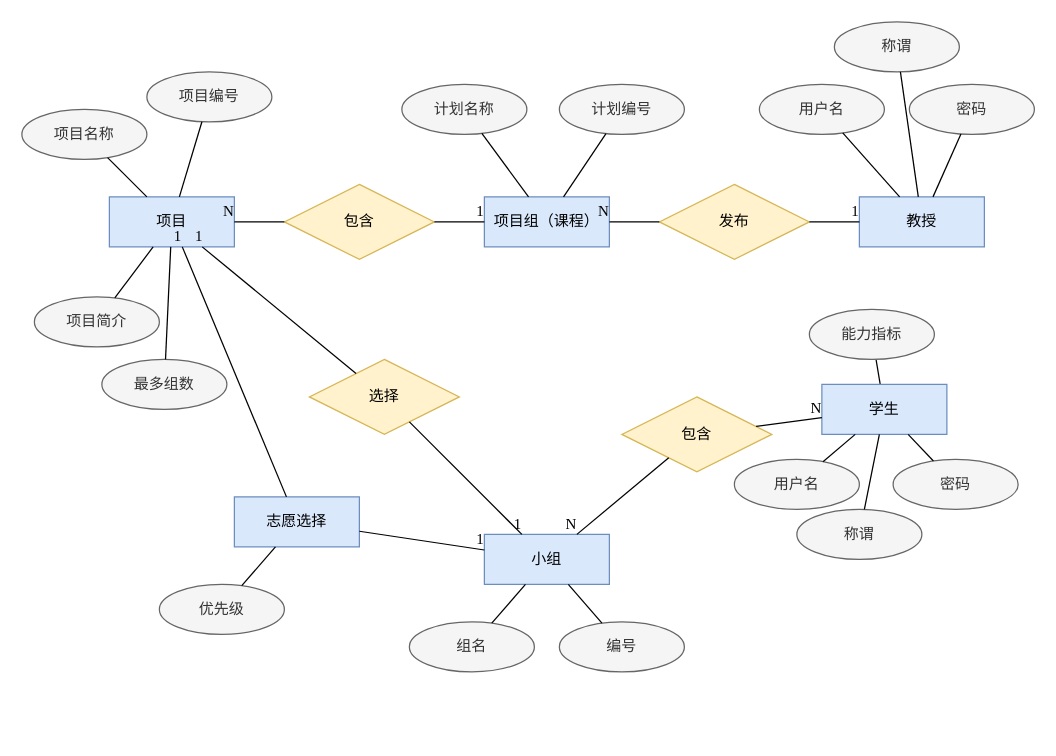
Above: doc/assets/ER-diagram.drawio in Distributed-System-Course/Piggy-ProjG (draw.io), before the change. Source tidied: cells renumbered, new cells numbered last; positions are measured from the earlier drawing's top-left corner, leaving out a move shared by most shapes. Both pictures are drawn from the tidied source at 125%, with x=0, y=0 at pixel (21, 21).
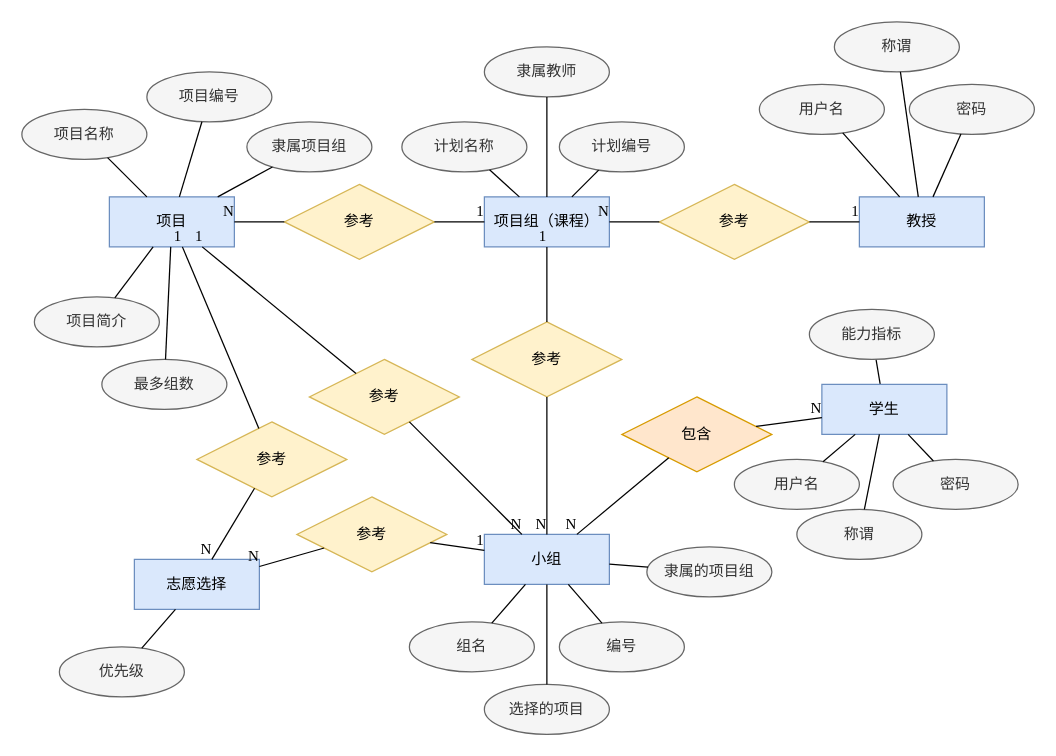
After the change.

Unchanged cells that the change refers to:
```xml
<mxCell id="2" value="项目" style="whiteSpace=wrap;html=1;align=center;fontFamily=&quot;Times New Roman&quot;, SimSun, sans-serif;fillColor=#dae8fc;strokeColor=#6c8ebf;" parent="1" vertex="1">
  <mxGeometry x="70" y="140" width="100" height="40" as="geometry" />
</mxCell>
<mxCell id="3" value="项目组（课程）" style="whiteSpace=wrap;html=1;align=center;fontFamily=&quot;Times New Roman&quot;, SimSun, sans-serif;fillColor=#dae8fc;strokeColor=#6c8ebf;" parent="1" vertex="1">
  <mxGeometry x="370" y="140" width="100" height="40" as="geometry" />
</mxCell>
<mxCell id="34" value="小组" style="whiteSpace=wrap;html=1;align=center;fontFamily=&quot;Times New Roman&quot;, SimSun, sans-serif;fillColor=#dae8fc;strokeColor=#6c8ebf;" parent="1" vertex="1">
  <mxGeometry x="370" y="410" width="100" height="40" as="geometry" />
</mxCell>
```

Change to the diagram source:
```diff
@@
-    <mxCell id="5" value="发布" style="shape=rhombus;perimeter=rhombusPerimeter;whiteSpace=wrap;html=1;align=center;fontFamily=&quot;Times New Roman&quot;, SimSun, sans-serif;fillColor=#fff2cc;strokeColor=#d6b656;" parent="1" vertex="1">
+    <mxCell id="5" value="参考" style="shape=rhombus;perimeter=rhombusPerimeter;whiteSpace=wrap;html=1;align=center;fontFamily=&quot;Times New Roman&quot;, SimSun, sans-serif;fillColor=#fff2cc;strokeColor=#d6b656;" parent="1" vertex="1">
       <mxGeometry x="510" y="130" width="120" height="60" as="geometry" />
     </mxCell>
-    <mxCell id="6" value="包含" style="shape=rhombus;perimeter=rhombusPerimeter;whiteSpace=wrap;html=1;align=center;fontFamily=&quot;Times New Roman&quot;, SimSun, sans-serif;fillColor=#fff2cc;strokeColor=#d6b656;" parent="1" vertex="1">
+    <mxCell id="6" value="参考" style="shape=rhombus;perimeter=rhombusPerimeter;whiteSpace=wrap;html=1;align=center;fontFamily=&quot;Times New Roman&quot;, SimSun, sans-serif;fillColor=#fff2cc;strokeColor=#d6b656;" parent="1" vertex="1">
       <mxGeometry x="210" y="130" width="120" height="60" as="geometry" />
     </mxCell>
@@
     <mxCell id="23" value="计划名称" style="ellipse;whiteSpace=wrap;html=1;align=center;fontFamily=&quot;Times New Roman&quot;, SimSun, sans-serif;fillColor=#f5f5f5;strokeColor=#666666;fontColor=#333333;" parent="1" vertex="1">
-      <mxGeometry x="304" y="50" width="100" height="40" as="geometry" />
+      <mxGeometry x="304" y="80" width="100" height="40" as="geometry" />
     </mxCell>
     <mxCell id="24" value="计划编号" style="ellipse;whiteSpace=wrap;html=1;align=center;fontFamily=&quot;Times New Roman&quot;, SimSun, sans-serif;fillColor=#f5f5f5;strokeColor=#666666;fontColor=#333333;" parent="1" vertex="1">
-      <mxGeometry x="430" y="50" width="100" height="40" as="geometry" />
+      <mxGeometry x="430" y="80" width="100" height="40" as="geometry" />
     </mxCell>
@@
-    <mxCell id="33" value="选择" style="shape=rhombus;perimeter=rhombusPerimeter;whiteSpace=wrap;html=1;align=center;fontFamily=&quot;Times New Roman&quot;, SimSun, sans-serif;fillColor=#fff2cc;strokeColor=#d6b656;" parent="1" vertex="1">
+    <mxCell id="33" value="参考" style="shape=rhombus;perimeter=rhombusPerimeter;whiteSpace=wrap;html=1;align=center;fontFamily=&quot;Times New Roman&quot;, SimSun, sans-serif;fillColor=#fff2cc;strokeColor=#d6b656;" parent="1" vertex="1">
       <mxGeometry x="230" y="270" width="120" height="60" as="geometry" />
     </mxCell>
@@
-    <mxCell id="36" style="endArrow=none;html=1;rounded=0;fontFamily=&quot;Times New Roman&quot;, SimSun, sans-serif;" parent="1" edge="1" source="33" target="34">
-      <mxGeometry relative="1" as="geometry" />
-    </mxCell>
-    <mxCell id="37" value="1" style="html=1;align=right;verticalAlign=bottom;fontFamily=&quot;Times New Roman&quot;, SimSun, sans-serif;" parent="36" vertex="1">
-      <mxGeometry x="1" relative="1" as="geometry" />
-    </mxCell>
@@
-    <mxCell id="40" value="包含" style="shape=rhombus;perimeter=rhombusPerimeter;whiteSpace=wrap;html=1;align=center;fontFamily=&quot;Times New Roman&quot;, SimSun, sans-serif;fillColor=#fff2cc;strokeColor=#d6b656;" parent="1" vertex="1">
+    <mxCell id="40" value="包含" style="shape=rhombus;perimeter=rhombusPerimeter;whiteSpace=wrap;html=1;align=center;fontFamily=&quot;Times New Roman&quot;, SimSun, sans-serif;fillColor=#ffe6cc;strokeColor=#d79b00;" parent="1" vertex="1">
       <mxGeometry x="480" y="300" width="120" height="60" as="geometry" />
     </mxCell>
@@
     <mxCell id="57" value="志愿选择" style="whiteSpace=wrap;html=1;align=center;fillColor=#dae8fc;strokeColor=#6c8ebf;fontFamily=&quot;Times New Roman&quot;, SimSun, sans-serif;" parent="1" vertex="1">
-      <mxGeometry x="170" y="380" width="100" height="40" as="geometry" />
+      <mxGeometry x="90" y="430" width="100" height="40" as="geometry" />
     </mxCell>
     <mxCell id="58" value="优先级" style="ellipse;whiteSpace=wrap;html=1;align=center;fontFamily=&quot;Times New Roman&quot;, SimSun, sans-serif;fillColor=#f5f5f5;strokeColor=#666666;fontColor=#333333;" parent="1" vertex="1">
-      <mxGeometry x="110" y="450" width="100" height="40" as="geometry" />
+      <mxGeometry x="30" y="500" width="100" height="40" as="geometry" />
     </mxCell>
@@
-    <mxCell id="60" style="endArrow=none;html=1;rounded=0;fontFamily=&quot;Times New Roman&quot;, SimSun, sans-serif;" parent="1" edge="1" source="57" target="2">
-      <mxGeometry relative="1" as="geometry" />
-    </mxCell>
-    <mxCell id="61" value="1" style="html=1;align=right;verticalAlign=bottom;fontFamily=&quot;Times New Roman&quot;, SimSun, sans-serif;" parent="60" vertex="1">
-      <mxGeometry x="1" relative="1" as="geometry" />
-    </mxCell>
-    <mxCell id="62" style="endArrow=none;html=1;rounded=0;fontFamily=&quot;Times New Roman&quot;, SimSun, sans-serif;" parent="1" edge="1" source="57" target="34">
-      <mxGeometry relative="1" as="geometry" />
-    </mxCell>
-    <mxCell id="63" value="1" style="html=1;align=right;verticalAlign=bottom;fontFamily=&quot;Times New Roman&quot;, SimSun, sans-serif;" parent="62" vertex="1">
-      <mxGeometry x="1" relative="1" as="geometry" />
-    </mxCell>
+    <mxCell id="64" value="选择的项目" style="ellipse;whiteSpace=wrap;html=1;align=center;fontFamily=&quot;Times New Roman&quot;, SimSun, sans-serif;fillColor=#f5f5f5;strokeColor=#666666;fontColor=#333333;" parent="1" vertex="1">
+      <mxGeometry x="370" y="530" width="100" height="40" as="geometry" />
+    </mxCell>
+    <mxCell id="65" style="endArrow=none;html=1;fontFamily=&quot;Times New Roman&quot;, SimSun, sans-serif;" parent="1" edge="1" source="64" target="34">
+      <mxGeometry relative="1" as="geometry" />
+    </mxCell>
+    <mxCell id="66" value="参考" style="shape=rhombus;perimeter=rhombusPerimeter;whiteSpace=wrap;html=1;align=center;fontFamily=&quot;Times New Roman&quot;, SimSun, sans-serif;fillColor=#fff2cc;strokeColor=#d6b656;" parent="1" vertex="1">
+      <mxGeometry x="360" y="240" width="120" height="60" as="geometry" />
+    </mxCell>
+    <mxCell id="36" style="endArrow=none;html=1;rounded=0;fontFamily=&quot;Times New Roman&quot;, SimSun, sans-serif;" parent="1" edge="1" source="33" target="34">
+      <mxGeometry relative="1" as="geometry" />
+    </mxCell>
+    <mxCell id="67" value="N" style="html=1;align=right;verticalAlign=bottom;fontFamily=&quot;Times New Roman&quot;, SimSun, sans-serif;" parent="36" vertex="1">
+      <mxGeometry x="1" relative="1" as="geometry" />
+    </mxCell>
+    <mxCell id="68" style="endArrow=none;html=1;rounded=0;fontFamily=&quot;Times New Roman&quot;, SimSun, sans-serif;" parent="1" edge="1" source="66" target="3">
+      <mxGeometry relative="1" as="geometry" />
+    </mxCell>
+    <mxCell id="69" value="1" style="html=1;align=right;verticalAlign=bottom;fontFamily=&quot;Times New Roman&quot;, SimSun, sans-serif;" parent="68" vertex="1">
+      <mxGeometry x="1" relative="1" as="geometry" />
+    </mxCell>
+    <mxCell id="70" style="endArrow=none;html=1;rounded=0;fontFamily=&quot;Times New Roman&quot;, SimSun, sans-serif;" parent="1" edge="1" source="66" target="34">
+      <mxGeometry relative="1" as="geometry" />
+    </mxCell>
+    <mxCell id="71" value="N" style="html=1;align=right;verticalAlign=bottom;fontFamily=&quot;Times New Roman&quot;, SimSun, sans-serif;" parent="70" vertex="1">
+      <mxGeometry x="1" relative="1" as="geometry" />
+    </mxCell>
+    <mxCell id="72" value="隶属的项目组" style="ellipse;whiteSpace=wrap;html=1;align=center;fontFamily=&quot;Times New Roman&quot;, SimSun, sans-serif;fillColor=#f5f5f5;strokeColor=#666666;fontColor=#333333;" parent="1" vertex="1">
+      <mxGeometry x="500" y="420" width="100" height="40" as="geometry" />
+    </mxCell>
+    <mxCell id="73" style="endArrow=none;html=1;fontFamily=&quot;Times New Roman&quot;, SimSun, sans-serif;" parent="1" edge="1" source="34" target="72">
+      <mxGeometry relative="1" as="geometry" />
+    </mxCell>
+    <mxCell id="74" value="参考" style="shape=rhombus;perimeter=rhombusPerimeter;whiteSpace=wrap;html=1;align=center;fontFamily=&quot;Times New Roman&quot;, SimSun, sans-serif;fillColor=#fff2cc;strokeColor=#d6b656;" parent="1" vertex="1">
+      <mxGeometry x="140" y="320" width="120" height="60" as="geometry" />
+    </mxCell>
+    <mxCell id="75" value="参考" style="shape=rhombus;perimeter=rhombusPerimeter;whiteSpace=wrap;html=1;align=center;fontFamily=&quot;Times New Roman&quot;, SimSun, sans-serif;fillColor=#fff2cc;strokeColor=#d6b656;" parent="1" vertex="1">
+      <mxGeometry x="220" y="380" width="120" height="60" as="geometry" />
+    </mxCell>
+    <mxCell id="76" style="endArrow=none;html=1;rounded=0;fontFamily=&quot;Times New Roman&quot;, SimSun, sans-serif;" parent="1" edge="1" source="75" target="34">
+      <mxGeometry relative="1" as="geometry" />
+    </mxCell>
+    <mxCell id="77" value="1" style="html=1;align=right;verticalAlign=bottom;fontFamily=&quot;Times New Roman&quot;, SimSun, sans-serif;" parent="76" vertex="1">
+      <mxGeometry x="1" relative="1" as="geometry" />
+    </mxCell>
+    <mxCell id="78" style="endArrow=none;html=1;rounded=0;fontFamily=&quot;Times New Roman&quot;, SimSun, sans-serif;" parent="1" edge="1" source="75" target="57">
+      <mxGeometry relative="1" as="geometry" />
+    </mxCell>
+    <mxCell id="79" value="N" style="html=1;align=right;verticalAlign=bottom;fontFamily=&quot;Times New Roman&quot;, SimSun, sans-serif;" parent="78" vertex="1">
+      <mxGeometry x="1" relative="1" as="geometry" />
+    </mxCell>
+    <mxCell id="80" style="endArrow=none;html=1;rounded=0;fontFamily=&quot;Times New Roman&quot;, SimSun, sans-serif;" parent="1" edge="1" source="74" target="2">
+      <mxGeometry relative="1" as="geometry" />
+    </mxCell>
+    <mxCell id="81" value="1" style="html=1;align=right;verticalAlign=bottom;fontFamily=&quot;Times New Roman&quot;, SimSun, sans-serif;" parent="80" vertex="1">
+      <mxGeometry x="1" relative="1" as="geometry" />
+    </mxCell>
+    <mxCell id="82" style="endArrow=none;html=1;rounded=0;fontFamily=&quot;Times New Roman&quot;, SimSun, sans-serif;" parent="1" edge="1" source="74" target="57">
+      <mxGeometry relative="1" as="geometry" />
+    </mxCell>
+    <mxCell id="83" value="N" style="html=1;align=right;verticalAlign=bottom;fontFamily=&quot;Times New Roman&quot;, SimSun, sans-serif;" parent="82" vertex="1">
+      <mxGeometry x="1" relative="1" as="geometry" />
+    </mxCell>
+    <mxCell id="84" value="隶属项目组" style="ellipse;whiteSpace=wrap;html=1;align=center;fontFamily=&quot;Times New Roman&quot;, SimSun, sans-serif;fillColor=#f5f5f5;strokeColor=#666666;fontColor=#333333;" parent="1" vertex="1">
+      <mxGeometry x="180" y="80" width="100" height="40" as="geometry" />
+    </mxCell>
+    <mxCell id="85" style="endArrow=none;html=1;rounded=0;fontFamily=&quot;Times New Roman&quot;, SimSun, sans-serif;" parent="1" edge="1" source="2" target="84">
+      <mxGeometry relative="1" as="geometry" />
+    </mxCell>
+    <mxCell id="86" value="隶属教师" style="ellipse;whiteSpace=wrap;html=1;align=center;fontFamily=&quot;Times New Roman&quot;, SimSun, sans-serif;fillColor=#f5f5f5;strokeColor=#666666;fontColor=#333333;" parent="1" vertex="1">
+      <mxGeometry x="370" y="20" width="100" height="40" as="geometry" />
+    </mxCell>
+    <mxCell id="87" style="endArrow=none;html=1;rounded=0;fontFamily=&quot;Times New Roman&quot;, SimSun, sans-serif;" parent="1" edge="1" source="86" target="3">
+      <mxGeometry relative="1" as="geometry" />
+    </mxCell>
```
